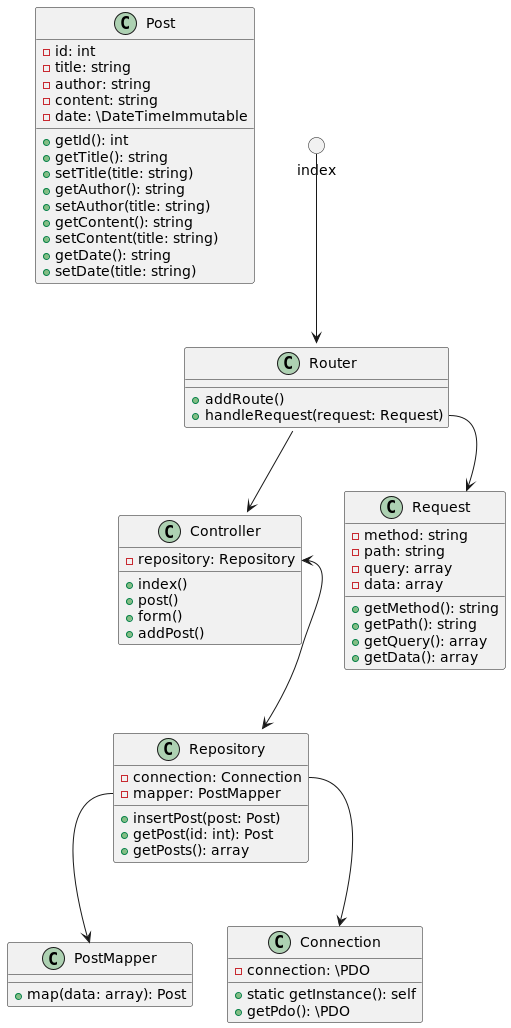
Earlier version of the PlantUML export blog.png (Tiriel/training-11-12-23).
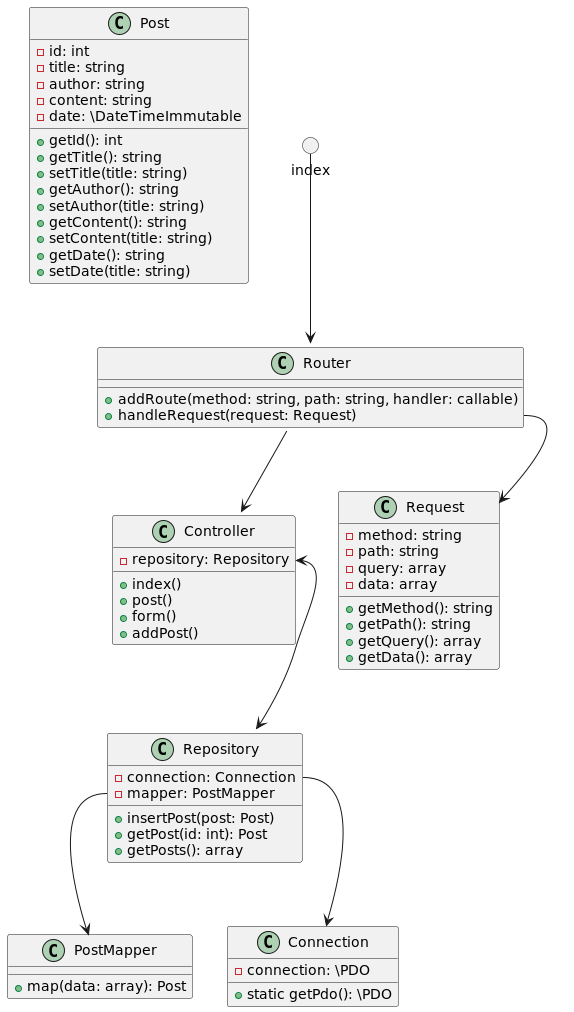
After the change.

Diff of the diagram source:
```diff
@@ -23,8 +23,7 @@
 
 class Connection {
     - connection: \PDO
-    + static getInstance(): self
-    + getPdo(): \PDO
+    + static getPdo(): \PDO
 }
 
 class Repository {
@@ -55,7 +54,7 @@
 }
 
 class Router {
-    + addRoute()
+    + addRoute(method: string, path: string, handler: callable)
     + handleRequest(request: Request)
 }
 
```
